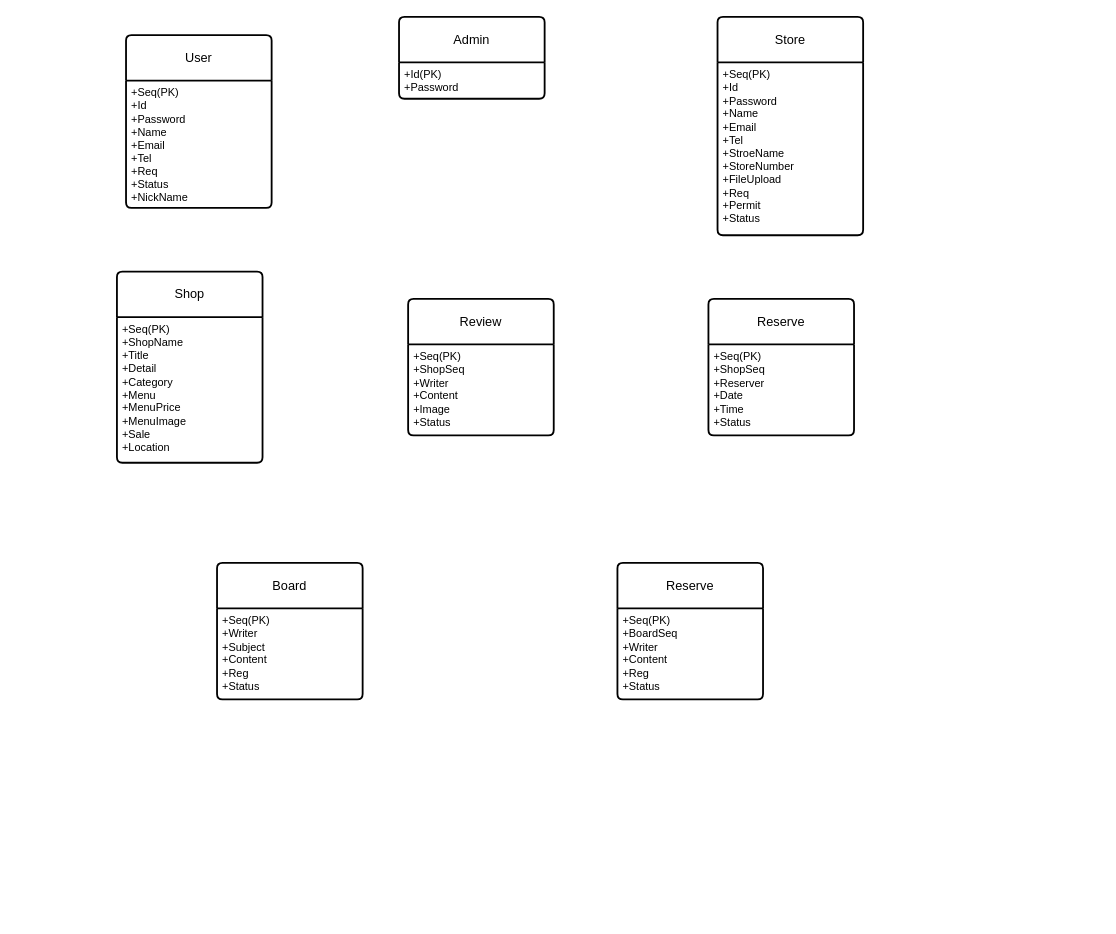
Before: src/main/resources/제목 없는 다이어그램.drawio in KGreenby/myspringEX, a draw.io diagram. Source tidied: cells renumbered, new cells numbered last; positions are measured from the earlier drawing's top-left corner, leaving out a move shared by most shapes. Both pictures are drawn from the tidied source at 91%, with x=0, y=0 at pixel (116, 16).
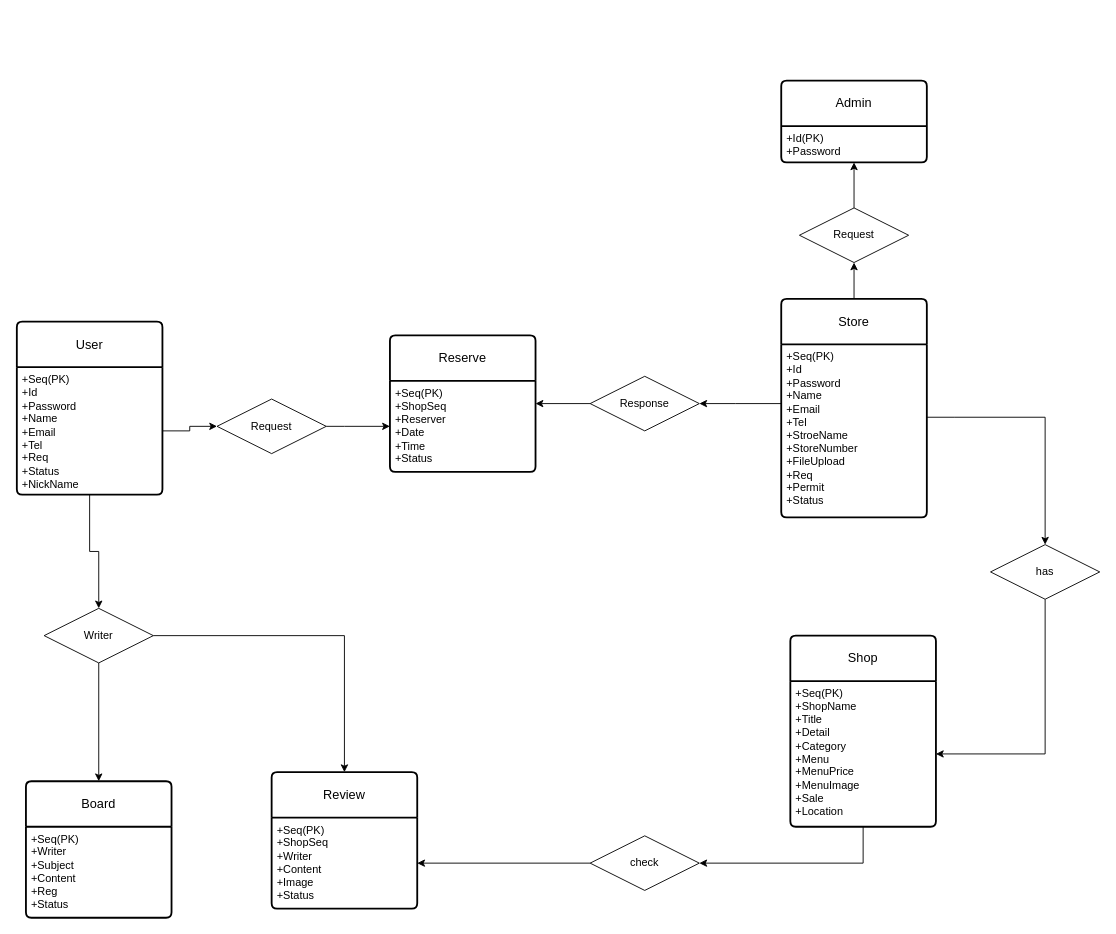
The same page after the edit.

Commit message:
제목 없는 다이어그램.drawio 업데이트

Unchanged cells that the change refers to:
```xml
<mxCell id="3" value="+Seq(PK)&lt;br&gt;+Id&lt;br&gt;+Password&lt;br&gt;+Name&lt;br&gt;+Email&lt;br&gt;+Tel&lt;br&gt;+Req&lt;br&gt;+Status&lt;br&gt;+NickName" style="align=left;strokeColor=none;fillColor=none;spacingLeft=4;fontSize=12;verticalAlign=top;html=1;" parent="2" vertex="1">
  <mxGeometry y="50" width="160" height="140" as="geometry" />
</mxCell>
<mxCell id="7" value="+Seq(PK)&lt;br&gt;+Id&lt;br&gt;+Password&lt;br&gt;+Name&lt;br&gt;+Email&lt;br&gt;+Tel&lt;br&gt;+StroeName&lt;br&gt;+StoreNumber&lt;br&gt;+FileUpload&lt;br&gt;+Req&lt;br&gt;+Permit&lt;br&gt;+Status" style="align=left;strokeColor=none;fillColor=none;spacingLeft=4;fontSize=12;verticalAlign=top;html=1;" parent="6" vertex="1">
  <mxGeometry y="50" width="160" height="190" as="geometry" />
</mxCell>
<mxCell id="9" value="+Seq(PK)&lt;br&gt;+ShopName&lt;br&gt;+Title&lt;br&gt;+Detail&lt;br&gt;+Category&lt;br&gt;+Menu&lt;br&gt;+MenuPrice&lt;br&gt;+MenuImage&lt;br&gt;+Sale&lt;br&gt;+Location" style="align=left;strokeColor=none;fillColor=none;spacingLeft=4;fontSize=12;verticalAlign=top;html=1;" parent="8" vertex="1">
  <mxGeometry y="50" width="160" height="160" as="geometry" />
</mxCell>
<mxCell id="11" value="+Seq(PK)&lt;br&gt;+ShopSeq&lt;br&gt;+Writer&lt;br&gt;+Content&lt;br&gt;+Image&lt;br&gt;+Status" style="align=left;strokeColor=none;fillColor=none;spacingLeft=4;fontSize=12;verticalAlign=top;html=1;" parent="10" vertex="1">
  <mxGeometry y="50" width="160" height="100" as="geometry" />
</mxCell>
```

Change to the diagram source:
```diff
@@
     <mxCell id="2" value="User" style="swimlane;horizontal=1;startSize=50;rounded=1;fontSize=14;fontStyle=0;strokeWidth=2;shadow=0;dashed=0;align=center;arcSize=4;whiteSpace=wrap;html=1;" parent="1" vertex="1">
-      <mxGeometry x="10" y="20" width="160" height="190" as="geometry" />
+      <mxGeometry x="-110" y="335" width="160" height="190" as="geometry" />
     </mxCell>
@@
     <mxCell id="4" value="Admin" style="swimlane;horizontal=1;startSize=50;rounded=1;fontSize=14;fontStyle=0;strokeWidth=2;shadow=0;dashed=0;align=center;arcSize=4;whiteSpace=wrap;html=1;" parent="1" vertex="1">
-      <mxGeometry x="310" width="160" height="90" as="geometry" />
+      <mxGeometry x="730" y="70" width="160" height="90" as="geometry" />
     </mxCell>
@@
+    <mxCell id="18" style="edgeStyle=orthogonalEdgeStyle;rounded=0;jettySize=auto;html=1;" parent="1" edge="1" source="33" target="4">
+      <mxGeometry relative="1" as="geometry" />
+    </mxCell>
     <mxCell id="6" value="Store" style="swimlane;horizontal=1;startSize=50;rounded=1;fontSize=14;fontStyle=0;strokeWidth=2;shadow=0;dashed=0;align=center;arcSize=4;whiteSpace=wrap;html=1;" parent="1" vertex="1">
-      <mxGeometry x="660" width="160" height="240" as="geometry" />
+      <mxGeometry x="730" y="310" width="160" height="240" as="geometry" />
     </mxCell>
@@
     <mxCell id="8" value="Shop" style="swimlane;horizontal=1;startSize=50;rounded=1;fontSize=14;fontStyle=0;strokeWidth=2;shadow=0;dashed=0;align=center;arcSize=4;whiteSpace=wrap;html=1;" parent="1" vertex="1">
-      <mxGeometry y="280" width="160" height="210" as="geometry" />
+      <mxGeometry x="740" y="680" width="160" height="210" as="geometry" />
     </mxCell>
@@
     <mxCell id="10" value="Review" style="swimlane;horizontal=1;startSize=50;rounded=1;fontSize=14;fontStyle=0;strokeWidth=2;shadow=0;dashed=0;align=center;arcSize=4;whiteSpace=wrap;html=1;" parent="1" vertex="1">
-      <mxGeometry x="320" y="310" width="160" height="150" as="geometry" />
+      <mxGeometry x="170" y="830" width="160" height="150" as="geometry" />
     </mxCell>
@@
     <mxCell id="12" value="Reserve" style="swimlane;horizontal=1;startSize=50;rounded=1;fontSize=14;fontStyle=0;strokeWidth=2;shadow=0;dashed=0;align=center;arcSize=4;whiteSpace=wrap;html=1;" parent="1" vertex="1">
-      <mxGeometry x="650" y="310" width="160" height="150" as="geometry" />
+      <mxGeometry x="300" y="350" width="160" height="150" as="geometry" />
     </mxCell>
@@
-    <mxCell id="14" value="Reserve" style="swimlane;horizontal=1;startSize=50;rounded=1;fontSize=14;fontStyle=0;strokeWidth=2;shadow=0;dashed=0;align=center;arcSize=4;whiteSpace=wrap;html=1;" parent="1" vertex="1">
-      <mxGeometry x="550" y="600" width="160" height="150" as="geometry" />
-    </mxCell>
-    <mxCell id="15" value="+Seq(PK)&lt;br&gt;+BoardSeq&lt;br&gt;+Writer&lt;br&gt;+Content&lt;br&gt;+Reg&lt;br&gt;+Status" style="align=left;strokeColor=none;fillColor=none;spacingLeft=4;fontSize=12;verticalAlign=top;html=1;" parent="14" vertex="1">
-      <mxGeometry y="50" width="160" height="100" as="geometry" />
-    </mxCell>
     <mxCell id="16" value="Board" style="swimlane;horizontal=1;startSize=50;rounded=1;fontSize=14;fontStyle=0;strokeWidth=2;shadow=0;dashed=0;align=center;arcSize=4;whiteSpace=wrap;html=1;" parent="1" vertex="1">
-      <mxGeometry x="110" y="600" width="160" height="150" as="geometry" />
+      <mxGeometry x="-100" y="840" width="160" height="150" as="geometry" />
     </mxCell>
@@
+    <mxCell id="19" style="edgeStyle=orthogonalEdgeStyle;rounded=0;jettySize=auto;html=1;" parent="1" edge="1" source="24" target="9">
+      <mxGeometry relative="1" as="geometry">
+        <Array as="points">
+          <mxPoint x="1020" y="810" />
+        </Array>
+      </mxGeometry>
+    </mxCell>
+    <mxCell id="20" style="edgeStyle=orthogonalEdgeStyle;rounded=0;jettySize=auto;html=1;" parent="1" edge="1" source="22" target="12">
+      <mxGeometry relative="1" as="geometry">
+        <Array as="points">
+          <mxPoint x="250" y="450" />
+          <mxPoint x="250" y="450" />
+        </Array>
+      </mxGeometry>
+    </mxCell>
+    <mxCell id="21" style="edgeStyle=orthogonalEdgeStyle;rounded=0;jettySize=auto;html=1;" parent="1" edge="1" source="3" target="22">
+      <mxGeometry relative="1" as="geometry" />
+    </mxCell>
+    <mxCell id="22" value="Request" style="shape=rhombus;perimeter=rhombusPerimeter;whiteSpace=wrap;html=1;align=center;" parent="1" vertex="1">
+      <mxGeometry x="110" y="420" width="120" height="60" as="geometry" />
+    </mxCell>
+    <mxCell id="23" style="edgeStyle=orthogonalEdgeStyle;rounded=0;jettySize=auto;html=1;" parent="1" edge="1" source="7" target="24">
+      <mxGeometry relative="1" as="geometry">
+        <Array as="points">
+          <mxPoint x="920" y="440" />
+          <mxPoint x="920" y="440" />
+        </Array>
+      </mxGeometry>
+    </mxCell>
+    <mxCell id="24" value="has" style="shape=rhombus;perimeter=rhombusPerimeter;whiteSpace=wrap;html=1;align=center;" parent="1" vertex="1">
+      <mxGeometry x="960" y="580" width="120" height="60" as="geometry" />
+    </mxCell>
+    <mxCell id="25" style="edgeStyle=orthogonalEdgeStyle;rounded=0;jettySize=auto;html=1;" parent="1" edge="1" source="27" target="12">
+      <mxGeometry relative="1" as="geometry" />
+    </mxCell>
+    <mxCell id="26" style="edgeStyle=orthogonalEdgeStyle;rounded=0;jettySize=auto;html=1;" parent="1" edge="1" source="7" target="27">
+      <mxGeometry relative="1" as="geometry">
+        <Array as="points">
+          <mxPoint x="680" y="425" />
+          <mxPoint x="680" y="425" />
+        </Array>
+      </mxGeometry>
+    </mxCell>
+    <mxCell id="27" value="Response" style="shape=rhombus;perimeter=rhombusPerimeter;whiteSpace=wrap;html=1;align=center;" parent="1" vertex="1">
+      <mxGeometry x="520" y="395" width="120" height="60" as="geometry" />
+    </mxCell>
+    <mxCell id="28" style="edgeStyle=orthogonalEdgeStyle;rounded=0;jettySize=auto;html=1;" parent="1" edge="1" source="36" target="10">
+      <mxGeometry relative="1" as="geometry" />
+    </mxCell>
+    <mxCell id="29" style="edgeStyle=orthogonalEdgeStyle;rounded=0;jettySize=auto;html=1;" parent="1" edge="1" source="9" target="31">
+      <mxGeometry relative="1" as="geometry">
+        <Array as="points">
+          <mxPoint x="820" y="930" />
+        </Array>
+      </mxGeometry>
+    </mxCell>
+    <mxCell id="30" style="edgeStyle=orthogonalEdgeStyle;rounded=0;jettySize=auto;html=1;" parent="1" edge="1" source="31" target="11">
+      <mxGeometry relative="1" as="geometry" />
+    </mxCell>
+    <mxCell id="31" value="check" style="shape=rhombus;perimeter=rhombusPerimeter;whiteSpace=wrap;html=1;align=center;" parent="1" vertex="1">
+      <mxGeometry x="520" y="900" width="120" height="60" as="geometry" />
+    </mxCell>
+    <mxCell id="32" style="edgeStyle=orthogonalEdgeStyle;rounded=0;jettySize=auto;html=1;" parent="1" edge="1" source="6" target="33">
+      <mxGeometry relative="1" as="geometry" />
+    </mxCell>
+    <mxCell id="33" value="Request" style="shape=rhombus;perimeter=rhombusPerimeter;whiteSpace=wrap;html=1;align=center;" parent="1" vertex="1">
+      <mxGeometry x="750" y="210" width="120" height="60" as="geometry" />
+    </mxCell>
+    <mxCell id="34" style="edgeStyle=orthogonalEdgeStyle;rounded=0;jettySize=auto;html=1;" parent="1" edge="1" source="36" target="16">
+      <mxGeometry relative="1" as="geometry" />
+    </mxCell>
+    <mxCell id="35" style="edgeStyle=orthogonalEdgeStyle;rounded=0;jettySize=auto;html=1;" parent="1" edge="1" source="3" target="36">
+      <mxGeometry relative="1" as="geometry" />
+    </mxCell>
+    <mxCell id="36" value="Writer" style="shape=rhombus;perimeter=rhombusPerimeter;whiteSpace=wrap;html=1;align=center;" parent="1" vertex="1">
+      <mxGeometry x="-80" y="650" width="120" height="60" as="geometry" />
+    </mxCell>
```
